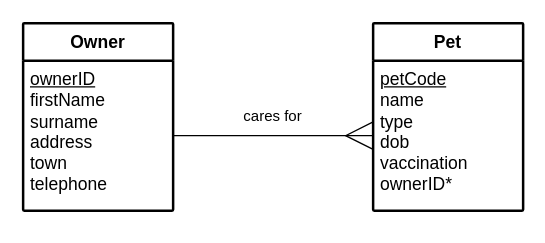
Above: page "Owner" (14 of 15) of n5-cs/ddd/N5-DDD-Clydeview/assets/Diagrams/N5 DDD Clydeview.drawio in MrFriendCS/MrFriendCS.github.io (draw.io), before the change. Source tidied: cells renumbered, new cells numbered last; positions are measured from the earlier drawing's top-left corner, leaving out a move shared by most shapes. Both pictures are drawn from the tidied source at 125%, with x=0, y=0 at pixel (22, 22).
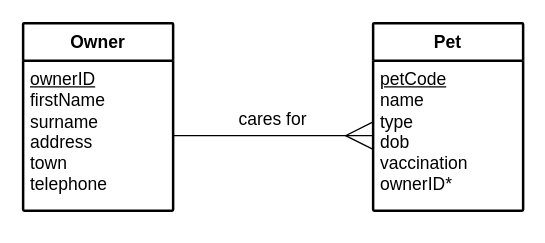
The same diagram, later.

The edit, as a diff of the source:
```diff
@@
 <mxGraphModel>
   <root>
     <mxCell id="0" />
     <mxCell id="1" parent="0" />
     <mxCell id="2" value="&lt;b&gt;Owner&lt;/b&gt;" style="swimlane;horizontal=1;startSize=30;rounded=1;fontSize=14;fontStyle=0;strokeWidth=2;shadow=0;dashed=0;align=center;arcSize=1;whiteSpace=wrap;html=1;fillColor=none;" parent="1" vertex="1">
       <mxGeometry width="120" height="150" as="geometry" />
     </mxCell>
     <mxCell id="3" value="&lt;font style=&quot;font-size: 14px;&quot;&gt;&lt;u style=&quot;&quot;&gt;ownerID&lt;/u&gt;&lt;br&gt;firstName&lt;br&gt;surname&lt;br&gt;address&lt;br&gt;town&lt;br&gt;telephone&lt;/font&gt;" style="align=left;strokeColor=none;fillColor=none;spacingLeft=4;fontSize=12;verticalAlign=top;html=1;" parent="2" vertex="1">
       <mxGeometry y="30" width="120" height="120" as="geometry" />
     </mxCell>
     <mxCell id="4" style="edgeStyle=orthogonalEdgeStyle;rounded=0;orthogonalLoop=1;jettySize=auto;html=1;exitX=0.5;exitY=1;exitDx=0;exitDy=0;" parent="2" edge="1" source="3" target="3">
       <mxGeometry relative="1" as="geometry" />
     </mxCell>
     <mxCell id="5" value="&lt;b&gt;Pet&lt;/b&gt;" style="swimlane;horizontal=1;startSize=30;rounded=1;fontSize=14;fontStyle=0;strokeWidth=2;shadow=0;dashed=0;align=center;arcSize=1;whiteSpace=wrap;html=1;fillColor=none;" parent="1" vertex="1">
       <mxGeometry x="280" width="120" height="150" as="geometry" />
     </mxCell>
     <mxCell id="6" value="&lt;font style=&quot;font-size: 14px;&quot;&gt;&lt;u style=&quot;&quot;&gt;petCode&lt;br&gt;&lt;/u&gt;name&lt;br&gt;type&lt;br&gt;dob&lt;br&gt;vaccination&lt;br&gt;ownerID*&lt;/font&gt;" style="align=left;strokeColor=none;fillColor=none;spacingLeft=4;fontSize=12;verticalAlign=top;html=1;" parent="5" vertex="1">
       <mxGeometry y="30" width="120" height="120" as="geometry" />
     </mxCell>
     <mxCell id="7" style="rounded=0;jettySize=auto;html=1;exitX=1;exitY=0.5;exitDx=0;exitDy=0;entryX=0;entryY=0.5;entryDx=0;entryDy=0;endArrow=ERmany;endFill=0;endSize=20;" parent="1" edge="1" source="3" target="6">
       <mxGeometry relative="1" as="geometry" />
     </mxCell>
-    <mxCell id="8" value="cares for" style="text;html=1;align=center;verticalAlign=middle;whiteSpace=wrap;rounded=0;" parent="1" vertex="1">
-      <mxGeometry x="170" y="60" width="60" height="30" as="geometry" />
+    <mxCell id="8" value="&lt;font style=&quot;font-size: 14px;&quot;&gt;cares for&lt;/font&gt;" style="text;html=1;align=center;verticalAlign=middle;whiteSpace=wrap;rounded=0;" parent="1" vertex="1">
+      <mxGeometry x="170" y="67" width="60" height="20" as="geometry" />
     </mxCell>
   </root>
 </mxGraphModel>
```
